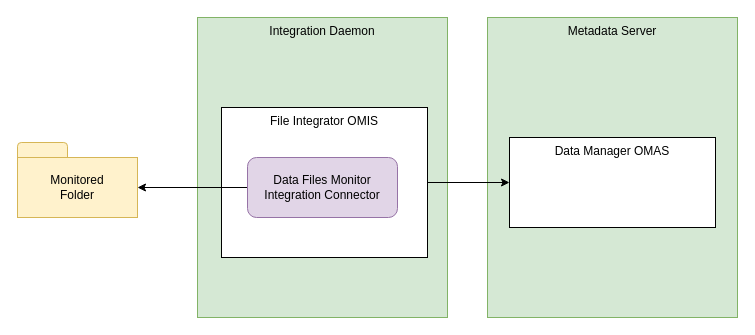
The draw.io diagram page "data-files-monitor-integration-connector" (2 of 15) of site/docs/connectors/connector-catalog.drawio in odpi/egeria-docs, before the edit. Source tidied: cells renumbered, new cells numbered last; positions are measured from the earlier drawing's top-left corner, leaving out a move shared by most shapes. Both pictures are drawn from the tidied source at 100%, with x=0, y=0 at pixel (17, 17).
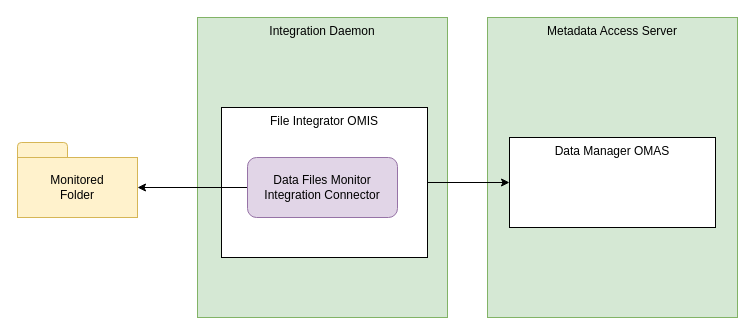
The same page after the edit.

The edit, as a diff of the source:
```diff
@@
 <mxGraphModel>
   <root>
     <mxCell id="0" />
     <mxCell id="1" parent="0" />
     <mxCell id="2" value="Integration Daemon" style="rounded=0;whiteSpace=wrap;html=1;verticalAlign=top;fillColor=#d5e8d4;strokeColor=#82b366;" parent="1" vertex="1">
       <mxGeometry x="180" width="250" height="300" as="geometry" />
     </mxCell>
     <mxCell id="3" value="File Integrator OMIS" style="rounded=0;whiteSpace=wrap;html=1;verticalAlign=top;" parent="1" vertex="1">
       <mxGeometry x="204" y="90" width="206" height="150" as="geometry" />
     </mxCell>
     <mxCell id="4" style="edgeStyle=orthogonalEdgeStyle;rounded=0;jettySize=auto;html=1;exitX=0;exitY=0.5;exitDx=0;exitDy=0;" parent="1" edge="1" source="5" target="7">
       <mxGeometry relative="1" as="geometry" />
     </mxCell>
     <mxCell id="5" value="Data Files Monitor&lt;br&gt;Integration Connector" style="rounded=1;whiteSpace=wrap;html=1;fillColor=#e1d5e7;strokeColor=#9673a6;" parent="1" vertex="1">
       <mxGeometry x="230" y="140" width="150" height="60" as="geometry" />
     </mxCell>
     <mxCell id="6" style="rounded=1;whiteSpace=wrap;html=1;fillColor=#fff2cc;strokeColor=#d6b656;" parent="1" vertex="1">
       <mxGeometry y="125" width="50" height="25" as="geometry" />
     </mxCell>
     <mxCell id="7" value="Monitored&lt;br&gt;Folder" style="rounded=0;whiteSpace=wrap;html=1;fillColor=#fff2cc;strokeColor=#d6b656;" parent="1" vertex="1">
       <mxGeometry y="140" width="120" height="60" as="geometry" />
     </mxCell>
-    <mxCell id="8" value="Metadata Server" style="rounded=0;whiteSpace=wrap;html=1;verticalAlign=top;fillColor=#d5e8d4;strokeColor=#82b366;" parent="1" vertex="1">
+    <mxCell id="8" value="Metadata Access Server" style="rounded=0;whiteSpace=wrap;html=1;verticalAlign=top;fillColor=#d5e8d4;strokeColor=#82b366;" parent="1" vertex="1">
       <mxGeometry x="470" width="250" height="300" as="geometry" />
     </mxCell>
     <mxCell id="9" value="Data Manager OMAS" style="rounded=0;whiteSpace=wrap;html=1;verticalAlign=top;" parent="1" vertex="1">
       <mxGeometry x="492" y="120" width="206" height="90" as="geometry" />
     </mxCell>
     <mxCell id="10" style="edgeStyle=orthogonalEdgeStyle;rounded=0;jettySize=auto;html=1;entryX=0;entryY=0.5;entryDx=0;entryDy=0;" parent="1" edge="1" source="3" target="9">
       <mxGeometry relative="1" as="geometry" />
     </mxCell>
   </root>
 </mxGraphModel>
```
